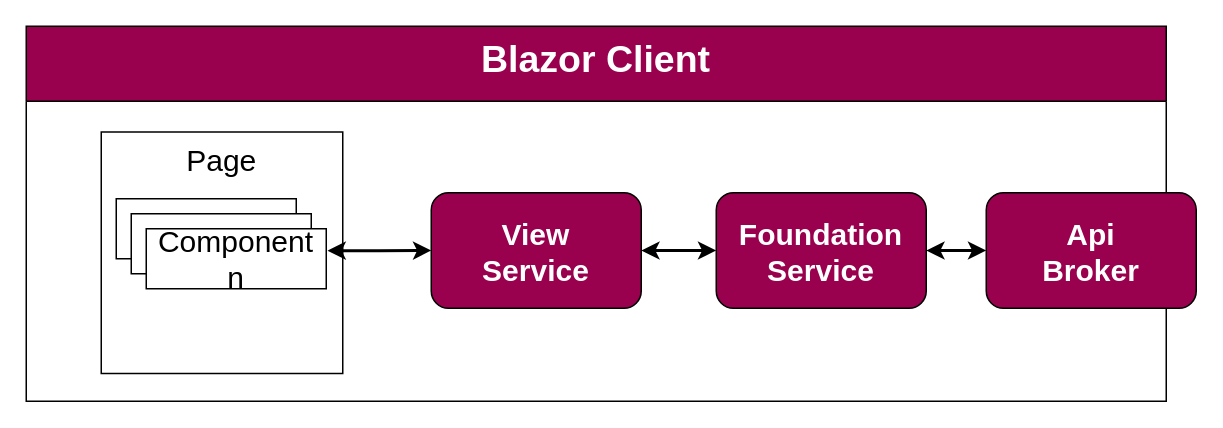
Before: page "Architektur-Blazor" (6 of 6) of Parlivote.Shared/Documentation/Untitled Diagram.drawio in schnickalodeon/Parlivote, a draw.io diagram. Source tidied: cells renumbered, new cells numbered last; positions are measured from the earlier drawing's top-left corner, leaving out a move shared by most shapes. Both pictures are drawn from the tidied source at 150%, with x=0, y=0 at pixel (26, 26).
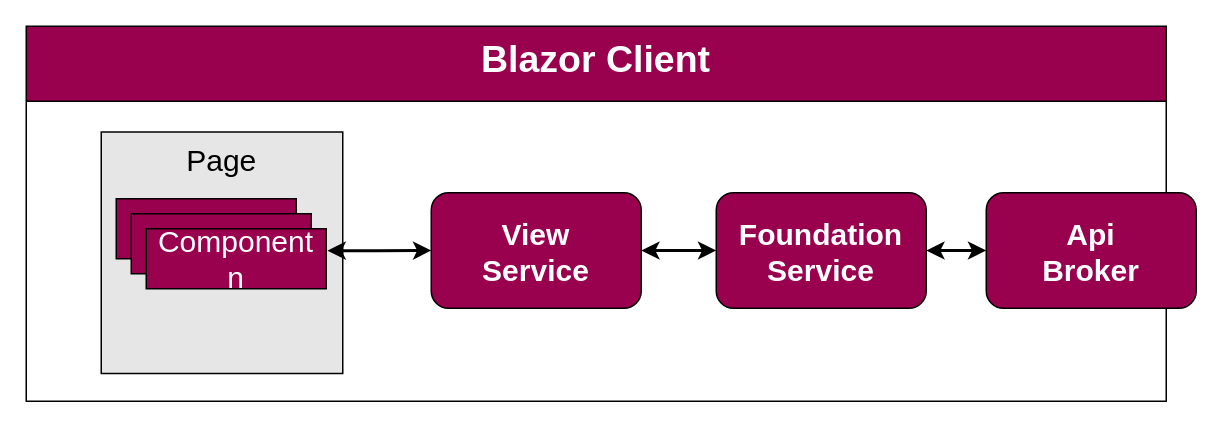
Above is the later version.

Commit message:
Update Architecute Blazor

The edit, as a diff of the source:
```diff
@@
 <mxGraphModel>
   <root>
     <mxCell id="0" />
     <mxCell id="1" parent="0" />
     <mxCell id="2" value="Blazor Client" style="swimlane;fontSize=25;fontColor=#FFFFFF;strokeColor=#000000;strokeWidth=1;fillColor=#99004D;startSize=50;verticalAlign=top;" parent="1" vertex="1">
       <mxGeometry width="760" height="250" as="geometry" />
     </mxCell>
+    <mxCell id="10" value="Page" style="whiteSpace=wrap;html=1;fontSize=20;labelPosition=center;verticalLabelPosition=middle;align=center;verticalAlign=top;fillColor=#E6E6E6;" parent="2" vertex="1">
+      <mxGeometry x="50" y="70.5" width="161" height="161" as="geometry" />
+    </mxCell>
+    <mxCell id="11" style="rounded=0;whiteSpace=wrap;html=1;fontSize=20;fillColor=#99004D;" parent="2" vertex="1">
+      <mxGeometry x="60" y="115" width="120" height="40" as="geometry" />
+    </mxCell>
     <mxCell id="3" style="edgeStyle=orthogonalEdgeStyle;rounded=0;jettySize=auto;html=1;exitX=1;exitY=0.5;exitDx=0;exitDy=0;entryX=0;entryY=0.5;entryDx=0;entryDy=0;fontSize=20;strokeWidth=2;startArrow=classic;startFill=1;" parent="2" edge="1" source="4" target="7">
       <mxGeometry relative="1" as="geometry" />
     </mxCell>
     <mxCell id="4" value="&lt;font style=&quot;font-size: 20px;&quot;&gt;&lt;b style=&quot;font-size: 20px;&quot;&gt;Foundation&lt;br style=&quot;font-size: 20px;&quot;&gt;Service&lt;br style=&quot;font-size: 20px;&quot;&gt;&lt;/b&gt;&lt;/font&gt;" style="rounded=1;whiteSpace=wrap;html=1;fontSize=20;fontColor=#FFFFFF;strokeColor=#000000;strokeWidth=1;fillColor=#99004D;" parent="2" vertex="1">
       <mxGeometry x="460" y="111" width="140" height="77" as="geometry" />
     </mxCell>
     <mxCell id="5" style="edgeStyle=orthogonalEdgeStyle;rounded=0;jettySize=auto;html=1;exitX=1;exitY=0.5;exitDx=0;exitDy=0;entryX=0;entryY=0.5;entryDx=0;entryDy=0;fontSize=20;startArrow=classic;startFill=1;strokeWidth=2;" parent="2" edge="1" source="6" target="4">
       <mxGeometry relative="1" as="geometry" />
     </mxCell>
     <mxCell id="6" value="&lt;font style=&quot;font-size: 20px;&quot;&gt;&lt;b style=&quot;font-size: 20px;&quot;&gt;View&lt;br style=&quot;font-size: 20px;&quot;&gt;Service&lt;br style=&quot;font-size: 20px;&quot;&gt;&lt;/b&gt;&lt;/font&gt;" style="rounded=1;whiteSpace=wrap;html=1;fontSize=20;fontColor=#FFFFFF;strokeColor=#000000;strokeWidth=1;fillColor=#99004D;" parent="2" vertex="1">
       <mxGeometry x="270" y="111" width="140" height="77" as="geometry" />
     </mxCell>
     <mxCell id="7" value="&lt;font style=&quot;font-size: 20px;&quot;&gt;&lt;b style=&quot;font-size: 20px;&quot;&gt;Api&lt;br style=&quot;font-size: 20px;&quot;&gt;Broker&lt;/b&gt;&lt;/font&gt;" style="rounded=1;whiteSpace=wrap;html=1;fontSize=20;fontColor=#FFFFFF;strokeColor=#000000;strokeWidth=1;fillColor=#99004D;" parent="2" vertex="1">
       <mxGeometry x="640" y="111" width="140" height="77" as="geometry" />
     </mxCell>
-    <mxCell id="8" style="group;" parent="2" vertex="1">
-      <mxGeometry x="50" y="70.5" width="161" height="161" as="geometry" />
-    </mxCell>
-    <mxCell id="9" style="group;" parent="8" vertex="1">
-      <mxGeometry width="161" height="161" as="geometry" />
-    </mxCell>
-    <mxCell id="10" value="Page" style="whiteSpace=wrap;html=1;fontSize=20;labelPosition=center;verticalLabelPosition=middle;align=center;verticalAlign=top;" parent="9" vertex="1">
-      <mxGeometry width="161" height="161" as="geometry" />
-    </mxCell>
-    <mxCell id="11" style="rounded=0;whiteSpace=wrap;html=1;fontSize=20;" parent="9" vertex="1">
-      <mxGeometry x="10" y="44.5" width="120" height="40" as="geometry" />
-    </mxCell>
-    <mxCell id="12" style="rounded=0;whiteSpace=wrap;html=1;fontSize=20;" parent="2" vertex="1">
+    <mxCell id="12" style="rounded=0;whiteSpace=wrap;html=1;fontSize=20;fillColor=#99004D;" parent="2" vertex="1">
       <mxGeometry x="70" y="125" width="120" height="40" as="geometry" />
     </mxCell>
     <mxCell id="13" style="edgeStyle=orthogonalEdgeStyle;rounded=0;jettySize=auto;html=1;exitX=1.007;exitY=0.365;exitDx=0;exitDy=0;fontSize=20;startArrow=classic;startFill=1;strokeWidth=2;exitPerimeter=0;" parent="2" edge="1" source="14" target="6">
       <mxGeometry relative="1" as="geometry" />
     </mxCell>
-    <mxCell id="14" value="Component n" style="rounded=0;whiteSpace=wrap;html=1;fontSize=20;" parent="2" vertex="1">
+    <mxCell id="14" value="Component n" style="rounded=0;whiteSpace=wrap;html=1;fontSize=20;fillColor=#99004D;fontColor=#FFFFFF;" parent="2" vertex="1">
       <mxGeometry x="80" y="135" width="120" height="40" as="geometry" />
     </mxCell>
   </root>
 </mxGraphModel>
```
